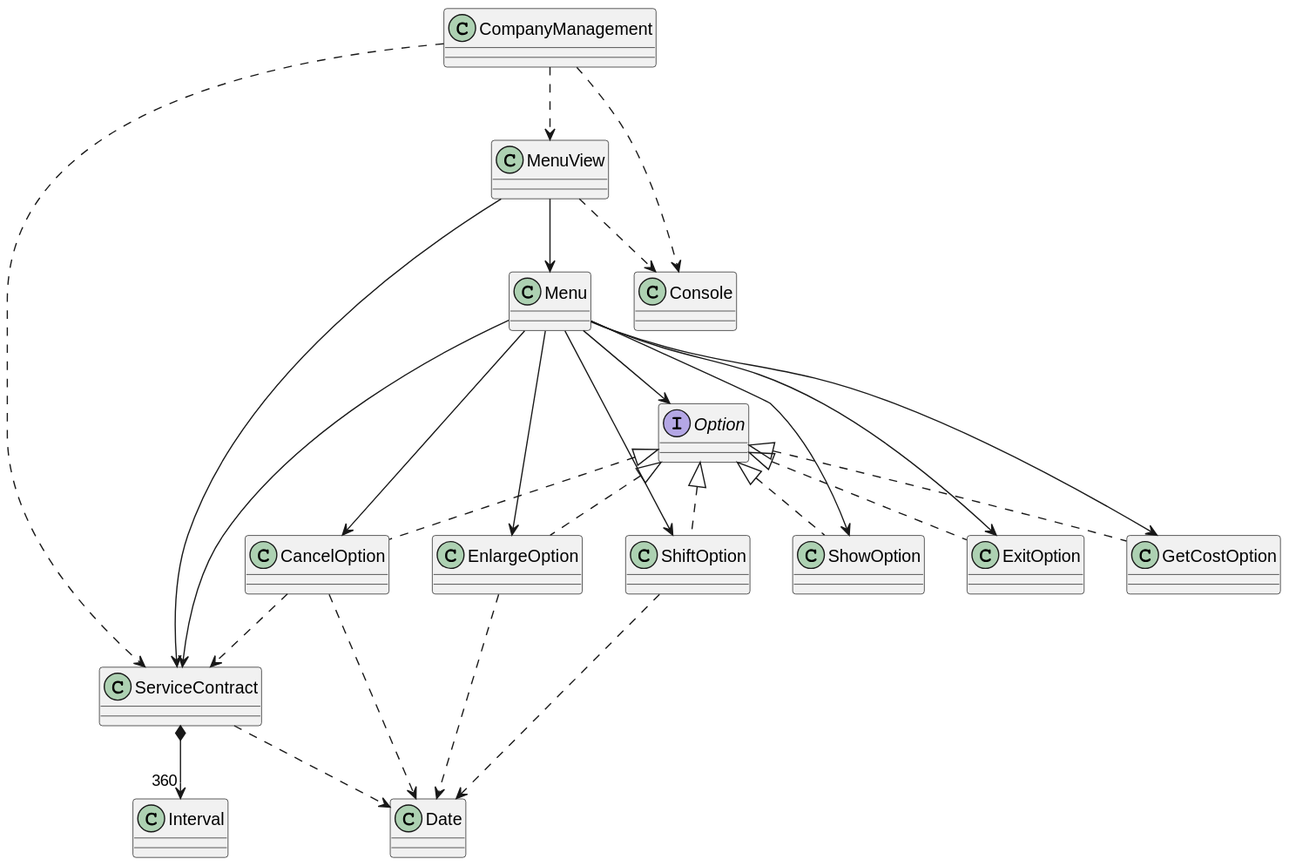
USantaTecla-ed-mpds/lab-turing keeps this PlantUML diagram as tech-java-basadoObjetos/src/es/usantatecla/companyManagement/UML/ModeloClases.svg. Above is the earlier version. Source of this version:
```plantuml
@startuml
class CompanyManagement
class ServiceContract
class MenuView
class Menu
class CancelOption
class ShowOption
class ExitOption
class EnlargeOption
class ShiftOption
class GetCostOption

class Date
class Console
class Interval

interface Option


CompanyManagement ..> ServiceContract
CompanyManagement ..> MenuView
CompanyManagement ..> Console

ServiceContract ..> Date
ServiceContract *--> "360" Interval

MenuView --> ServiceContract
MenuView --> Menu
MenuView ..> Console

CancelOption ..> Date
CancelOption ..> ServiceContract

EnlargeOption ..> Date
ShiftOption ..> Date

Menu --> ServiceContract
Menu --> Option
Menu --> CancelOption
Menu --> EnlargeOption
Menu --> ExitOption
Menu --> GetCostOption
Menu --> ShiftOption
Menu --> ShowOption

Option <|.. CancelOption
Option <|.. EnlargeOption
Option <|.. ExitOption
Option <|.. GetCostOption
Option <|.. ShiftOption
Option <|.. ShowOption


@enduml
```
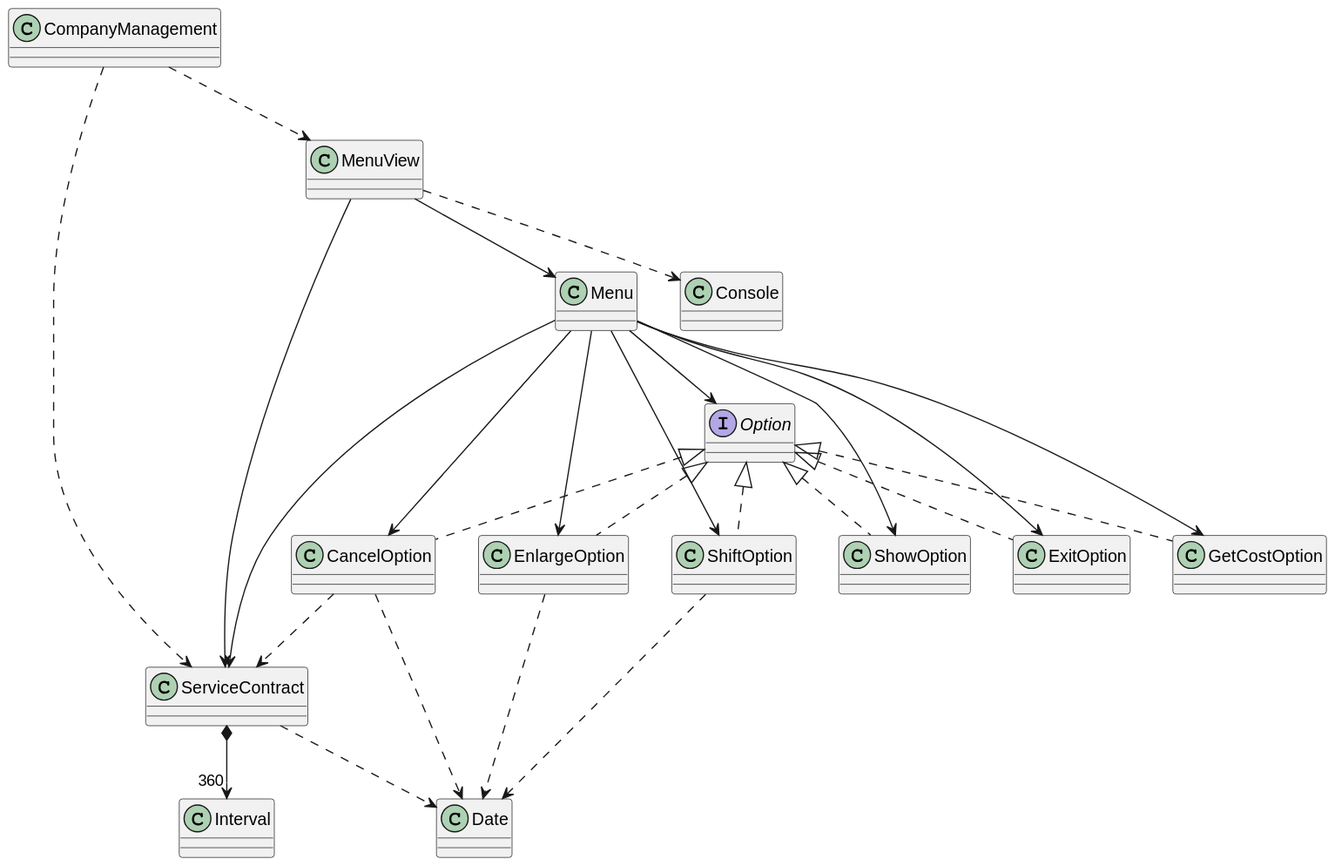
Above is the later version.

What changed in the source:
```diff
@@ -19,7 +19,6 @@
 
 CompanyManagement ..> ServiceContract
 CompanyManagement ..> MenuView
-CompanyManagement ..> Console
 
 ServiceContract ..> Date
 ServiceContract *--> "360" Interval
```
